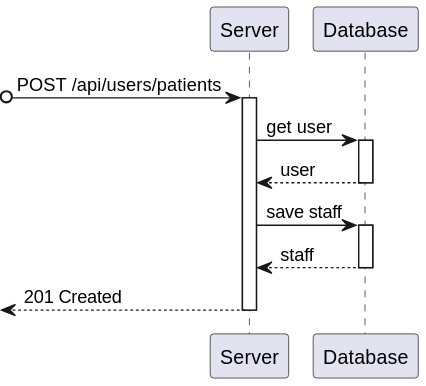
This is docs/sprint-a/us-5.1.12/views/level3/process-view.svg from 1220846/sem5pi-24-25-3ddg20, a PlantUML export, as it was before one commit. Its diagram source:
```plantuml
@startuml
?o-> Server : POST /api/users/patients
activate Server

    Server -> Database : get user
    activate Database
        Database --> Server : user
    deactivate Database
    Server -> Database : save staff
    activate Database
        Database --> Server : staff
    deactivate Database
    <-- Server : 201 Created
deactivate Server
@enduml
```
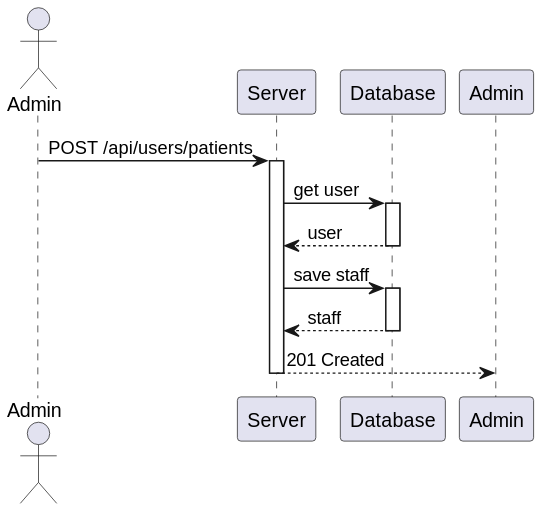
After the change.

Change to the diagram source:
```diff
@@ -1,5 +1,7 @@
 @startuml
-?o-> Server : POST /api/users/patients
+actor "Admin" as Adm
+
+Adm -> Server : POST /api/users/patients
 activate Server
 
     Server -> Database : get user
@@ -10,6 +12,6 @@
     activate Database
         Database --> Server : staff
     deactivate Database
-    <-- Server : 201 Created
+    Server --> Admin : 201 Created
 deactivate Server
 @enduml
```
